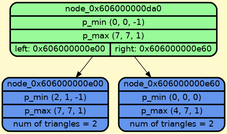
Before: dump/graph_dump.png, a diagram exported from Graphviz (BulgakovDmitry/3D_triangles). Its source is kept beside it as dump/graph_dump.gv.
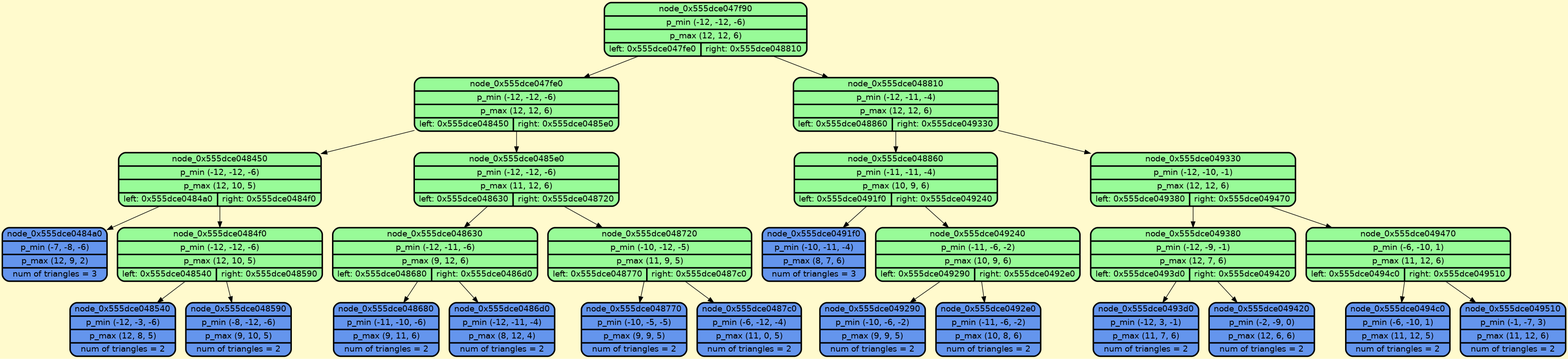
The same file after the commit.

What changed in the source:
```diff
@@ -3,10 +3,58 @@
     node [style=filled, fontname="Helvetica", fontcolor=darkblue, fillcolor=peachpuff, color="#252A34", penwidth=2.5];
     bgcolor="lemonchiffon";
 
-    node_0x606000000da0 [shape=Mrecord; style=filled; fillcolor=palegreen; color="#000000"; fontcolor="#000000"; label="{ node_0x606000000da0 | p_min (0, 0, -1) | p_max (7, 7, 1) | { left: 0x606000000e00 | right: 0x606000000e60 } }"];
-    node_0x606000000e00 [shape=Mrecord; style=filled; fillcolor=cornflowerblue; color="#000000"; fontcolor="#000000"; label="{ node_0x606000000e00 | p_min (2, 1, -1) | p_max (7, 7, 1) | num of triangles = 2}"];
-    node_0x606000000e60 [shape=Mrecord; style=filled; fillcolor=cornflowerblue; color="#000000"; fontcolor="#000000"; label="{ node_0x606000000e60 | p_min (0, 0, 0) | p_max (4, 7, 1) | num of triangles = 2}"];
+    node_0x555dce047f90 [shape=Mrecord; style=filled; fillcolor=palegreen; color="#000000"; fontcolor="#000000"; label="{ node_0x555dce047f90 | p_min (-12, -12, -6) | p_max (12, 12, 6) | { left: 0x555dce047fe0 | right: 0x555dce048810 } }"];
+    node_0x555dce047fe0 [shape=Mrecord; style=filled; fillcolor=palegreen; color="#000000"; fontcolor="#000000"; label="{ node_0x555dce047fe0 | p_min (-12, -12, -6) | p_max (12, 12, 6) | { left: 0x555dce048450 | right: 0x555dce0485e0 } }"];
+    node_0x555dce048450 [shape=Mrecord; style=filled; fillcolor=palegreen; color="#000000"; fontcolor="#000000"; label="{ node_0x555dce048450 | p_min (-12, -12, -6) | p_max (12, 10, 5) | { left: 0x555dce0484a0 | right: 0x555dce0484f0 } }"];
+    node_0x555dce0484a0 [shape=Mrecord; style=filled; fillcolor=cornflowerblue; color="#000000"; fontcolor="#000000"; label="{ node_0x555dce0484a0 | p_min (-7, -8, -6) | p_max (12, 9, 2) | num of triangles = 3}"];
+    node_0x555dce0484f0 [shape=Mrecord; style=filled; fillcolor=palegreen; color="#000000"; fontcolor="#000000"; label="{ node_0x555dce0484f0 | p_min (-12, -12, -6) | p_max (12, 10, 5) | { left: 0x555dce048540 | right: 0x555dce048590 } }"];
+    node_0x555dce048540 [shape=Mrecord; style=filled; fillcolor=cornflowerblue; color="#000000"; fontcolor="#000000"; label="{ node_0x555dce048540 | p_min (-12, -3, -6) | p_max (12, 8, 5) | num of triangles = 2}"];
+    node_0x555dce048590 [shape=Mrecord; style=filled; fillcolor=cornflowerblue; color="#000000"; fontcolor="#000000"; label="{ node_0x555dce048590 | p_min (-8, -12, -6) | p_max (9, 10, 5) | num of triangles = 2}"];
+    node_0x555dce0485e0 [shape=Mrecord; style=filled; fillcolor=palegreen; color="#000000"; fontcolor="#000000"; label="{ node_0x555dce0485e0 | p_min (-12, -12, -6) | p_max (11, 12, 6) | { left: 0x555dce048630 | right: 0x555dce048720 } }"];
+    node_0x555dce048630 [shape=Mrecord; style=filled; fillcolor=palegreen; color="#000000"; fontcolor="#000000"; label="{ node_0x555dce048630 | p_min (-12, -11, -6) | p_max (9, 12, 6) | { left: 0x555dce048680 | right: 0x555dce0486d0 } }"];
+    node_0x555dce048680 [shape=Mrecord; style=filled; fillcolor=cornflowerblue; color="#000000"; fontcolor="#000000"; label="{ node_0x555dce048680 | p_min (-11, -10, -6) | p_max (9, 11, 6) | num of triangles = 2}"];
+    node_0x555dce0486d0 [shape=Mrecord; style=filled; fillcolor=cornflowerblue; color="#000000"; fontcolor="#000000"; label="{ node_0x555dce0486d0 | p_min (-12, -11, -4) | p_max (8, 12, 4) | num of triangles = 2}"];
+    node_0x555dce048720 [shape=Mrecord; style=filled; fillcolor=palegreen; color="#000000"; fontcolor="#000000"; label="{ node_0x555dce048720 | p_min (-10, -12, -5) | p_max (11, 9, 5) | { left: 0x555dce048770 | right: 0x555dce0487c0 } }"];
+    node_0x555dce048770 [shape=Mrecord; style=filled; fillcolor=cornflowerblue; color="#000000"; fontcolor="#000000"; label="{ node_0x555dce048770 | p_min (-10, -5, -5) | p_max (9, 9, 5) | num of triangles = 2}"];
+    node_0x555dce0487c0 [shape=Mrecord; style=filled; fillcolor=cornflowerblue; color="#000000"; fontcolor="#000000"; label="{ node_0x555dce0487c0 | p_min (-6, -12, -4) | p_max (11, 0, 5) | num of triangles = 2}"];
+    node_0x555dce048810 [shape=Mrecord; style=filled; fillcolor=palegreen; color="#000000"; fontcolor="#000000"; label="{ node_0x555dce048810 | p_min (-12, -11, -4) | p_max (12, 12, 6) | { left: 0x555dce048860 | right: 0x555dce049330 } }"];
+    node_0x555dce048860 [shape=Mrecord; style=filled; fillcolor=palegreen; color="#000000"; fontcolor="#000000"; label="{ node_0x555dce048860 | p_min (-11, -11, -4) | p_max (10, 9, 6) | { left: 0x555dce0491f0 | right: 0x555dce049240 } }"];
+    node_0x555dce0491f0 [shape=Mrecord; style=filled; fillcolor=cornflowerblue; color="#000000"; fontcolor="#000000"; label="{ node_0x555dce0491f0 | p_min (-10, -11, -4) | p_max (8, 7, 6) | num of triangles = 3}"];
+    node_0x555dce049240 [shape=Mrecord; style=filled; fillcolor=palegreen; color="#000000"; fontcolor="#000000"; label="{ node_0x555dce049240 | p_min (-11, -6, -2) | p_max (10, 9, 6) | { left: 0x555dce049290 | right: 0x555dce0492e0 } }"];
+    node_0x555dce049290 [shape=Mrecord; style=filled; fillcolor=cornflowerblue; color="#000000"; fontcolor="#000000"; label="{ node_0x555dce049290 | p_min (-10, -6, -2) | p_max (9, 9, 5) | num of triangles = 2}"];
+    node_0x555dce0492e0 [shape=Mrecord; style=filled; fillcolor=cornflowerblue; color="#000000"; fontcolor="#000000"; label="{ node_0x555dce0492e0 | p_min (-11, -6, -2) | p_max (10, 8, 6) | num of triangles = 2}"];
+    node_0x555dce049330 [shape=Mrecord; style=filled; fillcolor=palegreen; color="#000000"; fontcolor="#000000"; label="{ node_0x555dce049330 | p_min (-12, -10, -1) | p_max (12, 12, 6) | { left: 0x555dce049380 | right: 0x555dce049470 } }"];
+    node_0x555dce049380 [shape=Mrecord; style=filled; fillcolor=palegreen; color="#000000"; fontcolor="#000000"; label="{ node_0x555dce049380 | p_min (-12, -9, -1) | p_max (12, 7, 6) | { left: 0x555dce0493d0 | right: 0x555dce049420 } }"];
+    node_0x555dce0493d0 [shape=Mrecord; style=filled; fillcolor=cornflowerblue; color="#000000"; fontcolor="#000000"; label="{ node_0x555dce0493d0 | p_min (-12, 3, -1) | p_max (11, 7, 6) | num of triangles = 2}"];
+    node_0x555dce049420 [shape=Mrecord; style=filled; fillcolor=cornflowerblue; color="#000000"; fontcolor="#000000"; label="{ node_0x555dce049420 | p_min (-2, -9, 0) | p_max (12, 6, 6) | num of triangles = 2}"];
+    node_0x555dce049470 [shape=Mrecord; style=filled; fillcolor=palegreen; color="#000000"; fontcolor="#000000"; label="{ node_0x555dce049470 | p_min (-6, -10, 1) | p_max (11, 12, 6) | { left: 0x555dce0494c0 | right: 0x555dce049510 } }"];
+    node_0x555dce0494c0 [shape=Mrecord; style=filled; fillcolor=cornflowerblue; color="#000000"; fontcolor="#000000"; label="{ node_0x555dce0494c0 | p_min (-6, -10, 1) | p_max (11, 12, 5) | num of triangles = 2}"];
+    node_0x555dce049510 [shape=Mrecord; style=filled; fillcolor=cornflowerblue; color="#000000"; fontcolor="#000000"; label="{ node_0x555dce049510 | p_min (-1, -7, 3) | p_max (11, 12, 6) | num of triangles = 2}"];
 
-    node_0x606000000da0 -> node_0x606000000e00;
-    node_0x606000000da0 -> node_0x606000000e60;
+    node_0x555dce047f90 -> node_0x555dce047fe0;
+    node_0x555dce047f90 -> node_0x555dce048810;
+    node_0x555dce047fe0 -> node_0x555dce048450;
+    node_0x555dce047fe0 -> node_0x555dce0485e0;
+    node_0x555dce048450 -> node_0x555dce0484a0;
+    node_0x555dce048450 -> node_0x555dce0484f0;
+    node_0x555dce0484f0 -> node_0x555dce048540;
+    node_0x555dce0484f0 -> node_0x555dce048590;
+    node_0x555dce0485e0 -> node_0x555dce048630;
+    node_0x555dce0485e0 -> node_0x555dce048720;
+    node_0x555dce048630 -> node_0x555dce048680;
+    node_0x555dce048630 -> node_0x555dce0486d0;
+    node_0x555dce048720 -> node_0x555dce048770;
+    node_0x555dce048720 -> node_0x555dce0487c0;
+    node_0x555dce048810 -> node_0x555dce048860;
+    node_0x555dce048810 -> node_0x555dce049330;
+    node_0x555dce048860 -> node_0x555dce0491f0;
+    node_0x555dce048860 -> node_0x555dce049240;
+    node_0x555dce049240 -> node_0x555dce049290;
+    node_0x555dce049240 -> node_0x555dce0492e0;
+    node_0x555dce049330 -> node_0x555dce049380;
+    node_0x555dce049330 -> node_0x555dce049470;
+    node_0x555dce049380 -> node_0x555dce0493d0;
+    node_0x555dce049380 -> node_0x555dce049420;
+    node_0x555dce049470 -> node_0x555dce0494c0;
+    node_0x555dce049470 -> node_0x555dce049510;
 }
```
